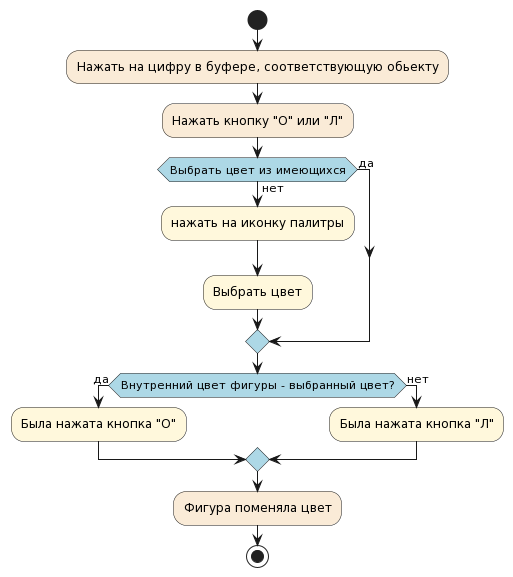
UnVeh/reposit keeps this PlantUML diagram as diagrams/activity4.png. Above is the earlier version. Source of this version:
```plantuml
@startuml
skinparam activity {
    DiamondBackgroundColor LightBlue
}
start

#AntiqueWhite:Нажать на цифру в буфере, соответствующую обьекту;
#AntiqueWhite:Нажать кнопку "О" или "Л";
if (Выбрать цвет из имеющихся) then (да);
else (нет)
#Cornsilk:нажать на иконку палитры;
#Cornsilk:Выбрать цвет;
endif
if (Внутренний цвет фигуры - выбранный цвет?) then (да)
#Cornsilk:Была нажата кнопка "О";
else (нет)
#Cornsilk:Была нажата кнопка "Л";
endif
#AntiqueWhite:Фигура поменяла цвет;
stop
@enduml
```
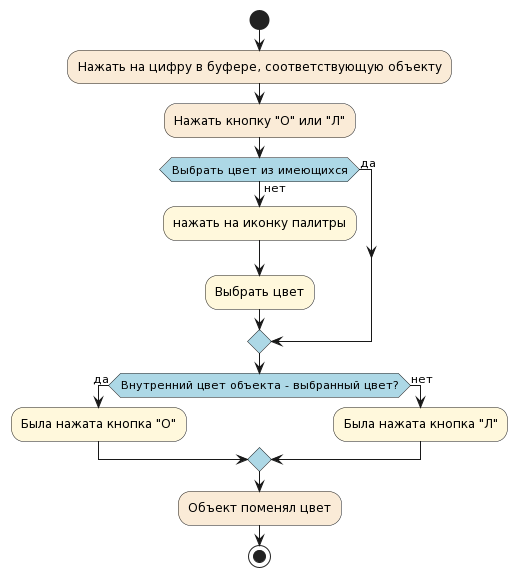
The same diagram one commit later.

Diff of the diagram source:
```diff
@@ -4,18 +4,18 @@
 }
 start
 
-#AntiqueWhite:Нажать на цифру в буфере, соответствующую обьекту;
+#AntiqueWhite:Нажать на цифру в буфере, соответствующую объекту;
 #AntiqueWhite:Нажать кнопку "О" или "Л";
 if (Выбрать цвет из имеющихся) then (да);
 else (нет)
 #Cornsilk:нажать на иконку палитры;
 #Cornsilk:Выбрать цвет;
 endif
-if (Внутренний цвет фигуры - выбранный цвет?) then (да)
+if (Внутренний цвет объекта - выбранный цвет?) then (да)
 #Cornsilk:Была нажата кнопка "О";
 else (нет)
 #Cornsilk:Была нажата кнопка "Л";
 endif
-#AntiqueWhite:Фигура поменяла цвет;
+#AntiqueWhite:Объект поменял цвет;
 stop
 @enduml
```
